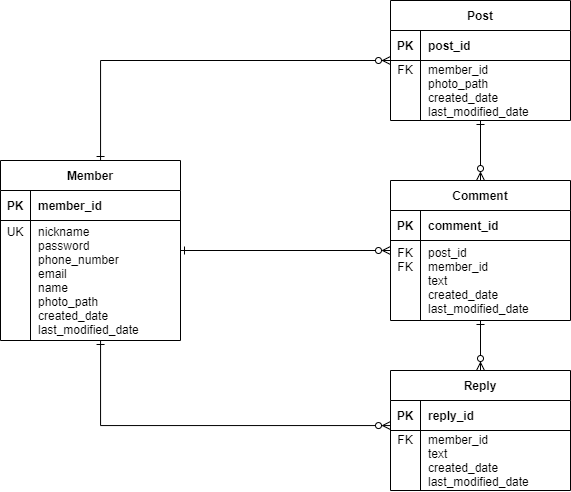
JunYoung-C/Instagram keeps this draw.io diagram as Sprint1 Table.drawio.png. Above is the earlier version. Source tidied: cells renumbered, new cells last; positions are measured from the earlier drawing's top-left corner, leaving out a move shared by most shapes.
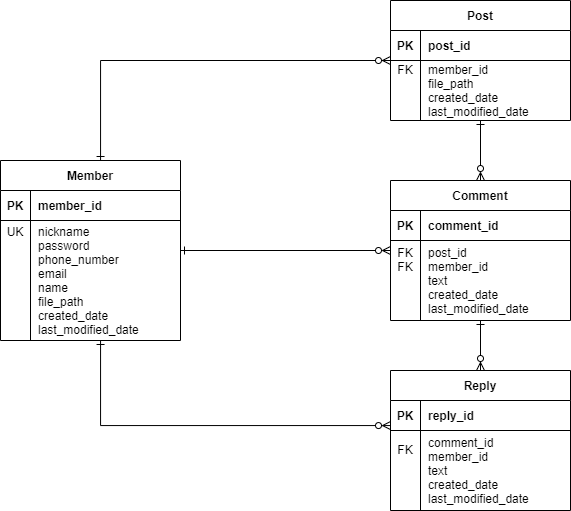
After the change.

Commit message:
docs: 테이블 reply에 comment_id 추가, 파일 경로 이름 수정

Change to the diagram source:
```diff
@@ -20,11 +20,11 @@
     <mxCell id="7" value="UK&#10;&#10;&#10;&#10;&#10;&#10;&#10;" style="shape=partialRectangle;fillColor=none;top=0;left=0;bottom=0;right=0;overflow=hidden;" parent="6" vertex="1">
       <mxGeometry width="30" height="120" as="geometry" />
     </mxCell>
-    <mxCell id="8" value="nickname&#10;password&#10;phone_number&#10;email&#10;name&#10;photo_path&#10;created_date&#10;last_modified_date" style="shape=partialRectangle;fillColor=none;top=0;left=0;bottom=0;right=0;align=left;spacingLeft=6;overflow=hidden;" parent="6" vertex="1">
+    <mxCell id="8" value="nickname&#10;password&#10;phone_number&#10;email&#10;name&#10;file_path&#10;created_date&#10;last_modified_date" style="shape=partialRectangle;fillColor=none;top=0;left=0;bottom=0;right=0;align=left;spacingLeft=6;overflow=hidden;" parent="6" vertex="1">
       <mxGeometry x="30" width="150" height="120" as="geometry" />
     </mxCell>
     <mxCell id="9" value="Reply" style="shape=table;startSize=30;rowLines=0;fontStyle=1;align=center;" parent="1" vertex="1">
-      <mxGeometry x="390" y="370" width="180" height="120" as="geometry" />
+      <mxGeometry x="390" y="370" width="180" height="140" as="geometry" />
     </mxCell>
     <mxCell id="10" style="shape=tableRow;horizontal=0;startSize=0;swimlaneHead=0;swimlaneBody=0;fillColor=none;top=0;left=0;right=0;bottom=1;" parent="9" vertex="1">
       <mxGeometry y="30" width="180" height="30" as="geometry" />
@@ -36,13 +36,13 @@
       <mxGeometry x="30" width="150" height="30" as="geometry" />
     </mxCell>
     <mxCell id="13" style="shape=tableRow;horizontal=0;startSize=0;swimlaneHead=0;swimlaneBody=0;fillColor=none;top=0;left=0;right=0;bottom=0;" parent="9" vertex="1">
-      <mxGeometry y="60" width="180" height="60" as="geometry" />
+      <mxGeometry y="60" width="180" height="80" as="geometry" />
     </mxCell>
     <mxCell id="14" value="FK&#10;&#10;&#10;" style="shape=partialRectangle;fillColor=none;top=0;left=0;bottom=0;right=0;overflow=hidden;" parent="13" vertex="1">
-      <mxGeometry width="30" height="60" as="geometry" />
+      <mxGeometry width="30" height="80" as="geometry" />
     </mxCell>
-    <mxCell id="15" value="member_id&#10;text&#10;created_date&#10;last_modified_date" style="shape=partialRectangle;fillColor=none;top=0;left=0;bottom=0;right=0;align=left;spacingLeft=6;overflow=hidden;" parent="13" vertex="1">
-      <mxGeometry x="30" width="150" height="60" as="geometry" />
+    <mxCell id="15" value="comment_id&#10;member_id&#10;text&#10;created_date&#10;last_modified_date" style="shape=partialRectangle;fillColor=none;top=0;left=0;bottom=0;right=0;align=left;spacingLeft=6;overflow=hidden;" parent="13" vertex="1">
+      <mxGeometry x="30" width="150" height="80" as="geometry" />
     </mxCell>
     <mxCell id="16" value="Comment" style="shape=table;startSize=30;rowLines=0;fontStyle=1;align=center;" parent="1" vertex="1">
       <mxGeometry x="390" y="180" width="180" height="140" as="geometry" />
@@ -86,7 +86,7 @@
     <mxCell id="29" value="FK&#10;&#10;&#10;" style="shape=partialRectangle;fillColor=none;top=0;left=0;bottom=0;right=0;overflow=hidden;" parent="28" vertex="1">
       <mxGeometry width="30" height="60" as="geometry" />
     </mxCell>
-    <mxCell id="30" value="member_id&#10;photo_path&#10;created_date&#10;last_modified_date" style="shape=partialRectangle;fillColor=none;top=0;left=0;bottom=0;right=0;align=left;spacingLeft=6;overflow=hidden;" parent="28" vertex="1">
+    <mxCell id="30" value="member_id&#10;file_path&#10;created_date&#10;last_modified_date" style="shape=partialRectangle;fillColor=none;top=0;left=0;bottom=0;right=0;align=left;spacingLeft=6;overflow=hidden;" parent="28" vertex="1">
       <mxGeometry x="30" width="150" height="60" as="geometry" />
     </mxCell>
     <mxCell id="31" style="fontSize=12;html=1;endArrow=ERzeroToMany;endFill=1;rounded=0;startArrow=ERone;startFill=0;edgeStyle=orthogonalEdgeStyle;" parent="1" edge="1" source="2" target="24">
```
